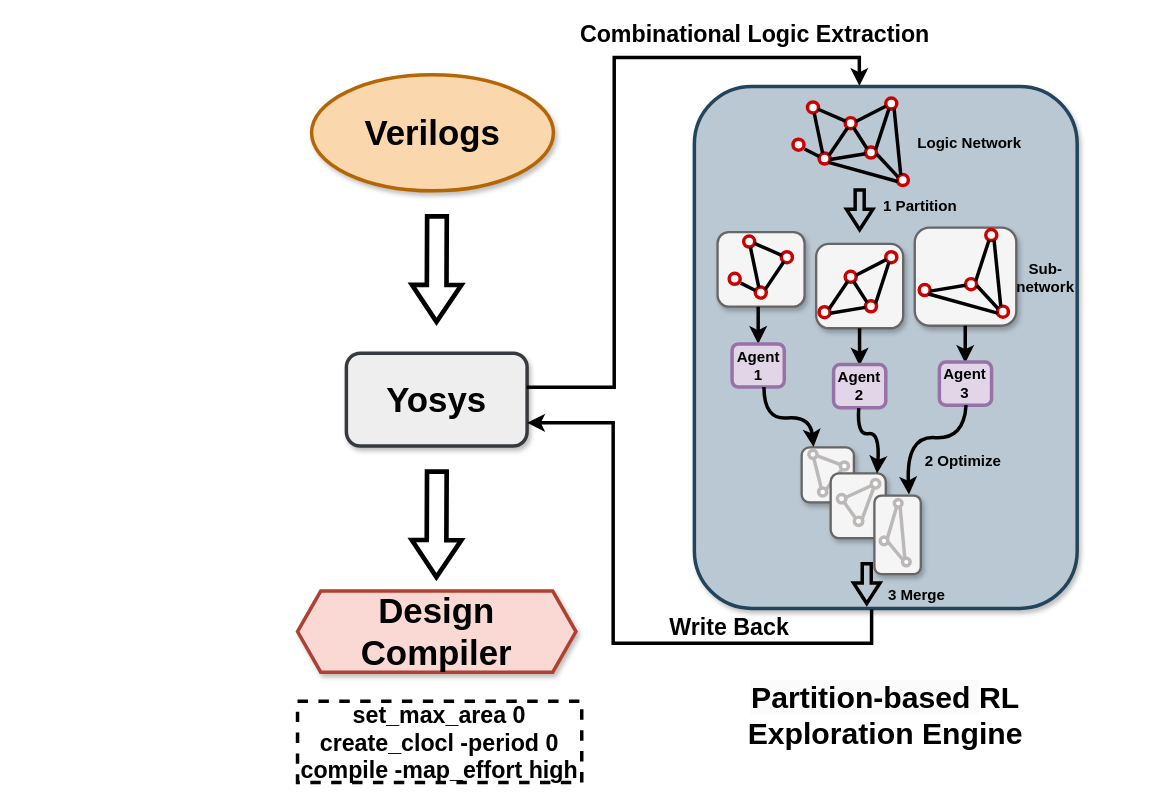
Above: experimentFlow.drawio in kxzhu0505/LogicSynOpt (draw.io), before the change. Source tidied: cells renumbered, new cells numbered last; positions are measured from the earlier drawing's top-left corner, leaving out a move shared by most shapes. Both pictures are drawn from the tidied source at 116%, with x=0, y=0 at pixel (297, 27).
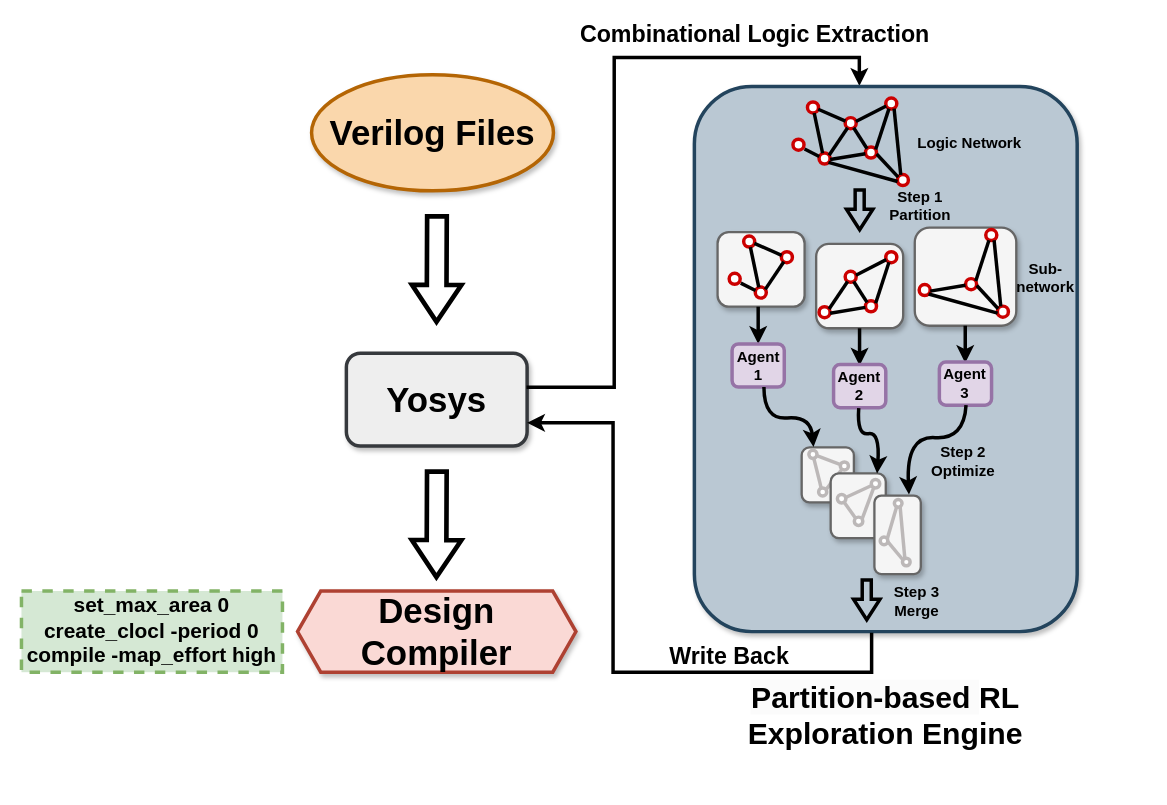
Above is the later version.

The change refers to these unchanged cells:
```xml
<mxCell id="5" value="&lt;font size=&quot;1&quot; style=&quot;&quot;&gt;&lt;b style=&quot;font-size: 30px;&quot;&gt;Yosys&lt;/b&gt;&lt;/font&gt;" style="rounded=1;whiteSpace=wrap;html=1;fillColor=#eeeeee;strokeColor=#36393d;strokeWidth=3;shadow=1;" parent="1" vertex="1">
  <mxGeometry x="42.1" y="281" width="155.8" height="80" as="geometry" />
</mxCell>
<mxCell id="68" style="group;" parent="9" vertex="1">
  <mxGeometry x="65" y="301.2" width="127.5" height="109.2" as="geometry" />
</mxCell>
```

Diff of the diagram source:
```diff
@@
-    <mxCell id="2" value="&lt;font face=&quot;Helvetica&quot; size=&quot;1&quot; style=&quot;&quot;&gt;&lt;b style=&quot;font-size: 30px;&quot;&gt;Verilogs&lt;/b&gt;&lt;/font&gt;" style="ellipse;whiteSpace=wrap;html=1;fillColor=#fad7ac;strokeColor=#b46504;strokeWidth=3;shadow=1;" parent="1" vertex="1">
+    <mxCell id="2" value="&lt;font face=&quot;Helvetica&quot; size=&quot;1&quot; style=&quot;&quot;&gt;&lt;b style=&quot;font-size: 30px;&quot;&gt;Verilog Files&lt;/b&gt;&lt;/font&gt;" style="ellipse;whiteSpace=wrap;html=1;fillColor=#fad7ac;strokeColor=#b46504;strokeWidth=3;shadow=1;" parent="1" vertex="1">
       <mxGeometry x="12.1" y="41" width="208.5" height="100" as="geometry" />
     </mxCell>
@@
-    <mxCell id="4" value="&lt;font face=&quot;Helvetica&quot; style=&quot;font-size: 20px;&quot;&gt;&lt;b style=&quot;&quot;&gt;set_max_area 0&lt;br&gt;create_clocl -period 0&lt;br&gt;compile -map_effort high&lt;/b&gt;&lt;/font&gt;" style="rounded=0;whiteSpace=wrap;html=1;dashed=1;perimeterSpacing=3;strokeWidth=3;" parent="1" vertex="1">
-      <mxGeometry y="581" width="245" height="70" as="geometry" />
+    <mxCell id="4" value="&lt;font face=&quot;Helvetica&quot; style=&quot;font-size: 18px;&quot;&gt;&lt;b style=&quot;&quot;&gt;set_max_area 0&lt;br&gt;create_clocl -period 0&lt;br&gt;compile -map_effort high&lt;/b&gt;&lt;/font&gt;" style="rounded=0;whiteSpace=wrap;html=1;dashed=1;perimeterSpacing=3;strokeWidth=3;fillColor=#d5e8d4;strokeColor=#82b366;" parent="1" vertex="1">
+      <mxGeometry x="-238" y="486" width="225" height="70" as="geometry" />
     </mxCell>
@@
     <mxCell id="9" style="group;" parent="1" vertex="1">
-      <mxGeometry x="362.1" y="61" width="370" height="440" as="geometry" />
+      <mxGeometry x="362.1" y="61" width="370" height="460" as="geometry" />
     </mxCell>
     <mxCell id="10" style="rounded=1;whiteSpace=wrap;html=1;fillColor=#bac8d3;strokeColor=#23445d;strokeWidth=3;shadow=1;" parent="9" vertex="1">
-      <mxGeometry x="-20" y="-10" width="330" height="450" as="geometry" />
+      <mxGeometry x="-20" y="-10" width="330" height="470" as="geometry" />
     </mxCell>
@@
-    <mxCell id="60" value="&lt;b style=&quot;&quot;&gt;&lt;font style=&quot;font-size: 13px;&quot;&gt;1 Partition&lt;/font&gt;&lt;/b&gt;" style="text;html=1;align=center;verticalAlign=middle;whiteSpace=wrap;rounded=0;" parent="9" vertex="1">
+    <mxCell id="60" value="&lt;b style=&quot;&quot;&gt;&lt;font style=&quot;font-size: 13px;&quot;&gt;Step 1 Partition&lt;/font&gt;&lt;/b&gt;" style="text;html=1;align=center;verticalAlign=middle;whiteSpace=wrap;rounded=0;" parent="9" vertex="1">
       <mxGeometry x="138.5" y="88" width="71.5" height="10.2" as="geometry" />
     </mxCell>
@@
     <mxCell id="91" style="shape=flexArrow;endArrow=classic;html=1;rounded=0;strokeWidth=3;endWidth=11.998324256388774;endSize=4.893506493506493;width=5.806451612903226;" parent="68" edge="1">
       <mxGeometry relative="1" as="geometry">
-        <mxPoint x="63.6" y="98.8" as="sourcePoint" />
-        <mxPoint x="63.6" y="136" as="targetPoint" />
+        <mxPoint x="63.6" y="112.8" as="sourcePoint" />
+        <mxPoint x="63.6" y="150" as="targetPoint" />
       </mxGeometry>
     </mxCell>
@@
-    <mxCell id="95" value="&lt;b style=&quot;&quot;&gt;&lt;font style=&quot;font-size: 13px;&quot;&gt;3 Merge&lt;/font&gt;&lt;/b&gt;" style="text;html=1;align=center;verticalAlign=middle;whiteSpace=wrap;rounded=0;" parent="9" vertex="1">
-      <mxGeometry x="144.7" y="423.1" width="53.5" height="10.2" as="geometry" />
+    <mxCell id="95" value="&lt;b style=&quot;&quot;&gt;&lt;font style=&quot;font-size: 13px;&quot;&gt;Step 3 Merge&lt;/font&gt;&lt;/b&gt;" style="text;html=1;align=center;verticalAlign=middle;whiteSpace=wrap;rounded=0;" parent="9" vertex="1">
+      <mxGeometry x="144.7" y="429.1" width="53.5" height="10.2" as="geometry" />
     </mxCell>
-    <mxCell id="96" value="&lt;font size=&quot;1&quot; style=&quot;&quot;&gt;&lt;b style=&quot;font-size: 13px;&quot;&gt;2 Optimize&lt;/b&gt;&lt;/font&gt;" style="text;html=1;align=center;verticalAlign=middle;whiteSpace=wrap;rounded=0;" parent="9" vertex="1">
+    <mxCell id="96" value="&lt;font size=&quot;1&quot; style=&quot;&quot;&gt;&lt;b style=&quot;font-size: 13px;&quot;&gt;Step 2 Optimize&lt;/b&gt;&lt;/font&gt;" style="text;html=1;align=center;verticalAlign=middle;whiteSpace=wrap;rounded=0;" parent="9" vertex="1">
       <mxGeometry x="173.8" y="308" width="76.2" height="10.2" as="geometry" />
     </mxCell>
     <mxCell id="97" style="endArrow=classic;html=1;rounded=0;strokeWidth=3;entryX=1;entryY=0.75;entryDx=0;entryDy=0;edgeStyle=orthogonalEdgeStyle;exitX=0.463;exitY=1.002;exitDx=0;exitDy=0;exitPerimeter=0;" parent="1" edge="1" source="10" target="5">
       <mxGeometry relative="1" as="geometry">
         <Array as="points">
-          <mxPoint x="495.1" y="531" />
-          <mxPoint x="272.1" y="531" />
-          <mxPoint x="272.1" y="341" />
+          <mxPoint x="495" y="556" />
+          <mxPoint x="272" y="556" />
+          <mxPoint x="272" y="341" />
         </Array>
       </mxGeometry>
     </mxCell>
@@
     <mxCell id="99" value="&lt;font size=&quot;1&quot; style=&quot;&quot;&gt;&lt;b style=&quot;font-size: 20px;&quot;&gt;Write Back&lt;/b&gt;&lt;/font&gt;" style="text;html=1;align=center;verticalAlign=middle;whiteSpace=wrap;rounded=0;" parent="1" vertex="1">
-      <mxGeometry x="176" y="511" width="392.5" height="10.2" as="geometry" />
+      <mxGeometry x="176" y="536" width="392.5" height="10.2" as="geometry" />
     </mxCell>
```
